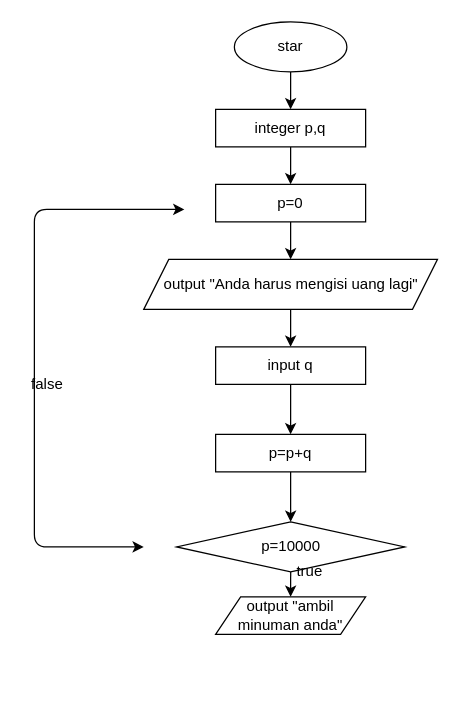
maulliidda/Maulida-Yosi-Hamidah-Vending-Machine-MYH keeps this draw.io diagram as flowchart.drawio. Above is the earlier version. Source tidied: cells renumbered, new cells numbered last; positions are measured from the earlier drawing's top-left corner, leaving out a move shared by most shapes. Both pictures are drawn from the tidied source at 125%, with x=0, y=0 at pixel (21, 21).
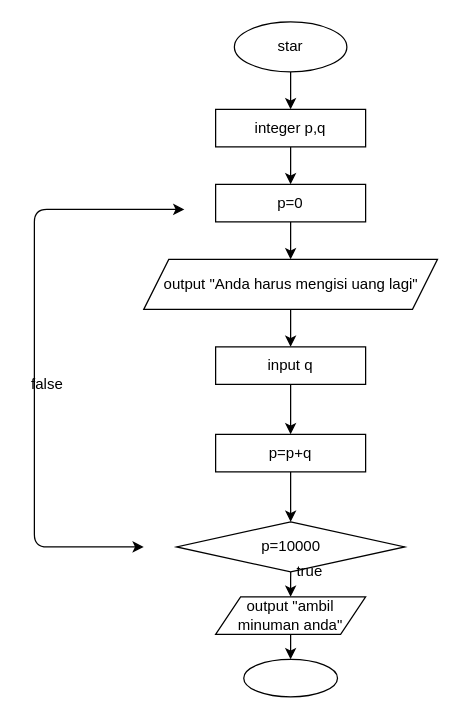
The same diagram, later.

Commit message:
flowchart end and user can take some drink

The change refers to these unchanged cells:
```xml
<mxCell id="16" value="output &quot;ambil minuman anda&quot;" style="shape=parallelogram;perimeter=parallelogramPerimeter;whiteSpace=wrap;html=1;fixedSize=1;" parent="1" vertex="1">
  <mxGeometry x="155" y="460" width="120" height="30" as="geometry" />
</mxCell>
```

What changed in the source:
```diff
@@
+    <mxCell id="20" style="edgeStyle=none;html=1;" parent="1" edge="1" source="16" target="21">
+      <mxGeometry relative="1" as="geometry" />
+    </mxCell>
@@
+    <mxCell id="21" style="ellipse;whiteSpace=wrap;html=1;" parent="1" vertex="1">
+      <mxGeometry x="177.5" y="510" width="75" height="30" as="geometry" />
+    </mxCell>
```
